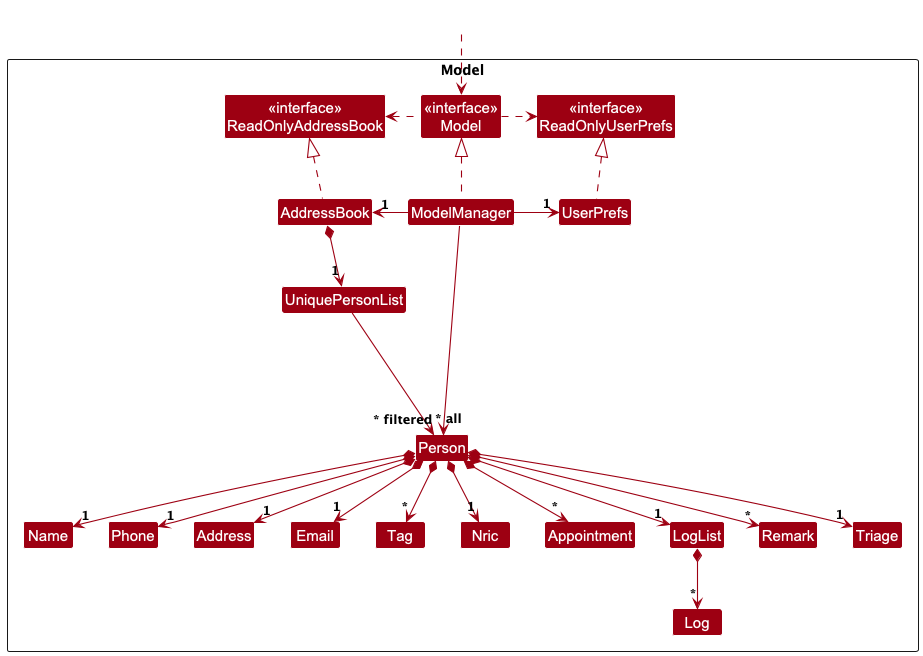
nus-cs2103-AY2425S1/tp keeps this PlantUML diagram as docs/images/ModelClassDiagram.png. Above is the earlier version.
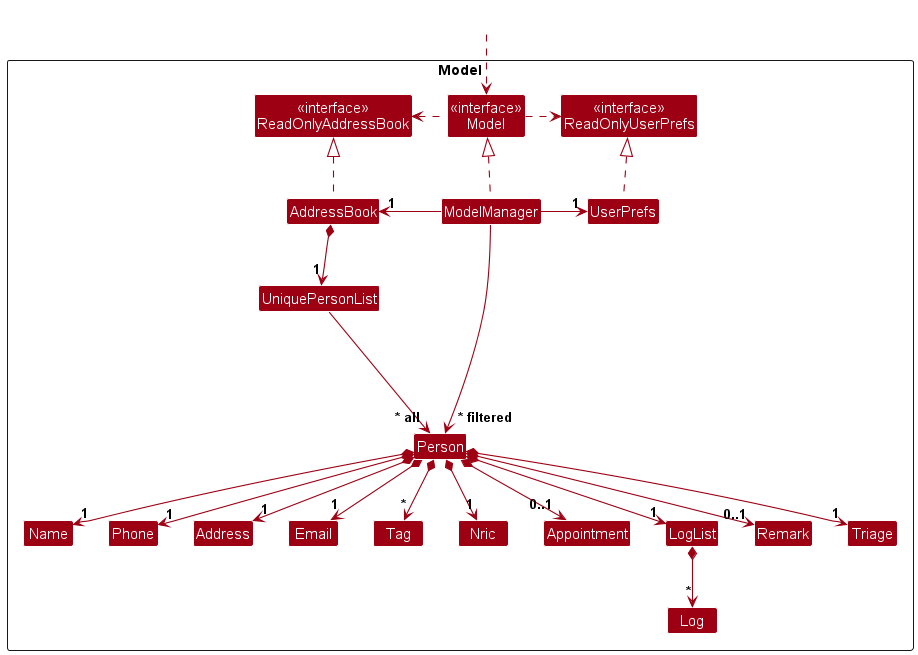
Later version of the same file.

Change to the diagram source:
```diff
@@ -48,12 +48,11 @@
 Person *--> "1"Email
 Person *--> "1"Address
 Person *--> "1"Nric
-Person *--> "*" Appointment
-Person *--> "*" Remark
+Person *--> "0..1" Appointment
+Person *--> "0..1" Remark
 Person *--> "1" LogList
 Person *--> "1" Triage
 Person *--> "*" Tag
-
 LogList *--> "*" Log
 
 Person -[hidden]up--> I
```
